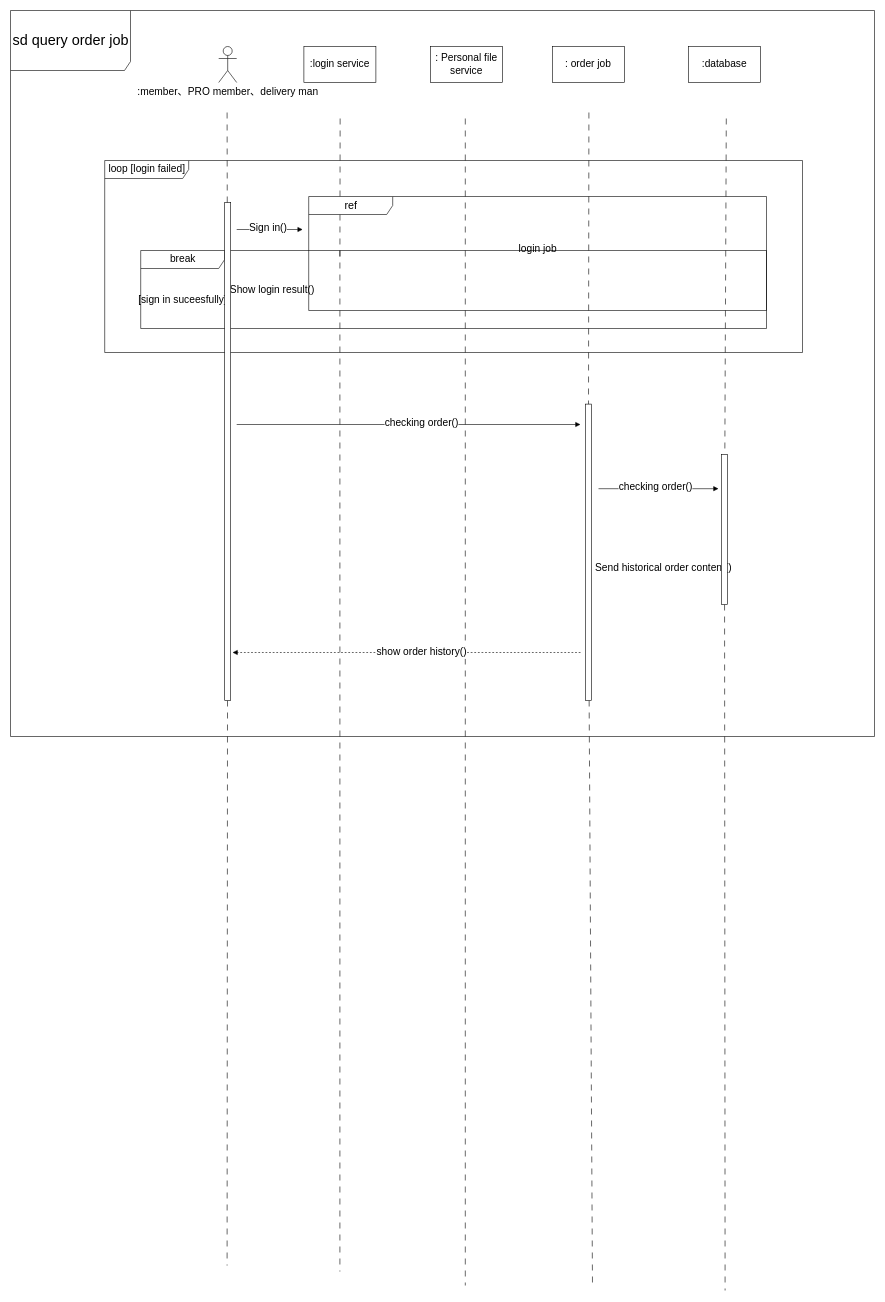
Before: page "查詢訂單作業" (4 of 12) of Sequence_diagram.drawio in today16/last, a draw.io diagram. Source tidied: cells renumbered, new cells numbered last; positions are measured from the earlier drawing's top-left corner, leaving out a move shared by most shapes. Both pictures are drawn from the tidied source at 60%, with x=0, y=0 at pixel (10, 10).
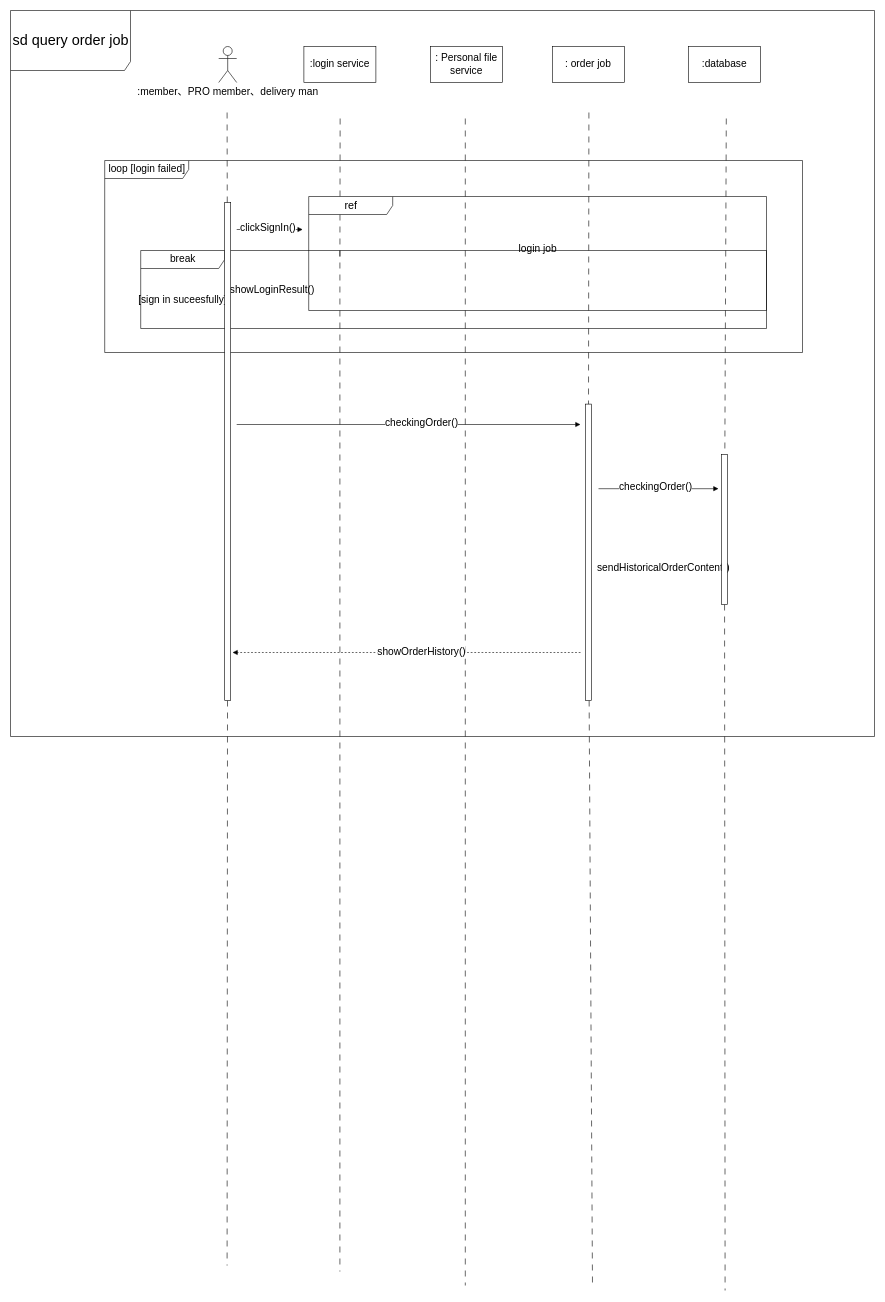
Above is the later version.

The change refers to these unchanged cells:
```xml
<mxCell id="10" style="html=1;verticalAlign=bottom;labelBackgroundColor=none;endArrow=block;endFill=1;fontSize=17;" parent="1" edge="1">
  <mxGeometry relative="1" as="geometry">
    <mxPoint x="377" y="690" as="sourcePoint" />
    <mxPoint x="950" y="690" as="targetPoint" />
  </mxGeometry>
</mxCell>
<mxCell id="12" style="html=1;verticalAlign=bottom;labelBackgroundColor=none;endArrow=block;endFill=1;dashed=1;fontSize=17;" parent="1" edge="1">
  <mxGeometry relative="1" as="geometry">
    <mxPoint x="1180" y="930" as="sourcePoint" />
    <mxPoint x="980" y="930" as="targetPoint" />
  </mxGeometry>
</mxCell>
<mxCell id="19" style="html=1;verticalAlign=bottom;labelBackgroundColor=none;endArrow=block;endFill=1;dashed=1;fontSize=17;" parent="1" edge="1">
  <mxGeometry relative="1" as="geometry">
    <mxPoint x="487" y="467" as="sourcePoint" />
    <mxPoint x="377" y="467" as="targetPoint" />
  </mxGeometry>
</mxCell>
<mxCell id="21" style="html=1;verticalAlign=bottom;labelBackgroundColor=none;endArrow=block;endFill=1;fontSize=17;" parent="1" edge="1">
  <mxGeometry relative="1" as="geometry">
    <mxPoint x="377" y="365" as="sourcePoint" />
    <mxPoint x="487" y="365" as="targetPoint" />
  </mxGeometry>
</mxCell>
<mxCell id="31" style="html=1;verticalAlign=bottom;labelBackgroundColor=none;endArrow=block;endFill=1;fontSize=17;" parent="1" edge="1">
  <mxGeometry relative="1" as="geometry">
    <mxPoint x="980" y="797" as="sourcePoint" />
    <mxPoint x="1180" y="797" as="targetPoint" />
  </mxGeometry>
</mxCell>
<mxCell id="35" style="html=1;verticalAlign=bottom;labelBackgroundColor=none;endArrow=block;endFill=1;dashed=1;fontSize=17;" parent="1" edge="1">
  <mxGeometry relative="1" as="geometry">
    <mxPoint x="950" y="1070" as="sourcePoint" />
    <mxPoint x="370" y="1070" as="targetPoint" />
  </mxGeometry>
</mxCell>
```

Change to the diagram source:
```diff
@@
-    <mxCell id="11" value="checking order()" style="edgeLabel;html=1;align=center;verticalAlign=middle;fontSize=17;" parent="10" vertex="1">
+    <mxCell id="11" value="checkingOrder()" style="edgeLabel;html=1;align=center;verticalAlign=middle;fontSize=17;" parent="10" vertex="1">
       <mxGeometry x="0.14" y="3" relative="1" as="geometry">
         <mxPoint x="-20" as="offset" />
       </mxGeometry>
     </mxCell>
@@
-    <mxCell id="13" value="Send historical order content()" style="edgeLabel;html=1;align=center;verticalAlign=middle;fontSize=17;" parent="12" vertex="1">
+    <mxCell id="13" value="sendHistoricalOrderContent()" style="edgeLabel;html=1;align=center;verticalAlign=middle;fontSize=17;" parent="12" vertex="1">
       <mxGeometry x="-0.09" y="-1" relative="1" as="geometry">
         <mxPoint x="-2" as="offset" />
       </mxGeometry>
     </mxCell>
@@
-    <mxCell id="20" value="Show login result()" style="edgeLabel;html=1;align=center;verticalAlign=middle;fontSize=17;" parent="19" vertex="1">
+    <mxCell id="20" value="showLoginResult()" style="edgeLabel;html=1;align=center;verticalAlign=middle;fontSize=17;" parent="19" vertex="1">
       <mxGeometry x="-0.09" y="-1" relative="1" as="geometry">
         <mxPoint x="-2" as="offset" />
       </mxGeometry>
     </mxCell>
@@
-    <mxCell id="22" value="Sign in()" style="edgeLabel;html=1;align=center;verticalAlign=middle;fontSize=17;" parent="21" vertex="1">
+    <mxCell id="22" value="clickSignIn()" style="edgeLabel;html=1;align=center;verticalAlign=middle;fontSize=17;" parent="21" vertex="1">
       <mxGeometry x="0.14" y="3" relative="1" as="geometry">
         <mxPoint x="-12" as="offset" />
       </mxGeometry>
     </mxCell>
@@
-    <mxCell id="32" value="checking order()" style="edgeLabel;html=1;align=center;verticalAlign=middle;fontSize=17;" parent="31" vertex="1">
+    <mxCell id="32" value="checkingOrder()" style="edgeLabel;html=1;align=center;verticalAlign=middle;fontSize=17;" parent="31" vertex="1">
       <mxGeometry x="0.14" y="3" relative="1" as="geometry">
         <mxPoint x="-20" as="offset" />
       </mxGeometry>
     </mxCell>
@@
-    <mxCell id="36" value="show order history()" style="edgeLabel;html=1;align=center;verticalAlign=middle;fontSize=17;" parent="35" vertex="1">
+    <mxCell id="36" value="showOrderHistory()" style="edgeLabel;html=1;align=center;verticalAlign=middle;fontSize=17;" parent="35" vertex="1">
       <mxGeometry x="-0.09" y="-1" relative="1" as="geometry">
         <mxPoint x="-2" as="offset" />
       </mxGeometry>
     </mxCell>
```
